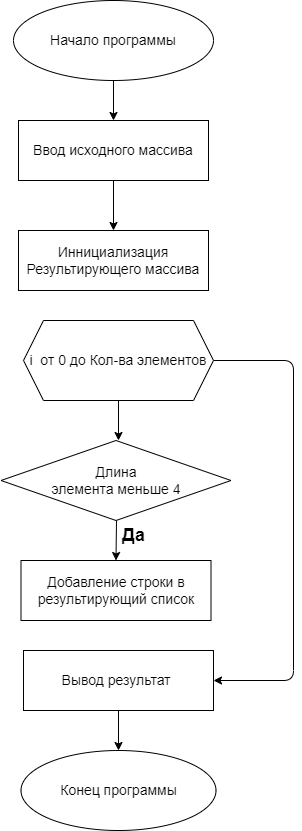
Earlier version of the draw.io export Block-Diagram.drawio.png (Recordee/Last_work). Source tidied: cells renumbered, new cells last; positions are measured from the earlier drawing's top-left corner, leaving out a move shared by most shapes. Its diagram source:
```xml
<mxGraphModel>
  <root>
    <mxCell id="0" />
    <mxCell id="1" parent="0" />
    <mxCell id="2" style="edgeStyle=none;html=1;exitX=0.5;exitY=1;exitDx=0;exitDy=0;entryX=0.5;entryY=0;entryDx=0;entryDy=0;fontSize=14;" parent="1" edge="1" target="4">
      <mxGeometry relative="1" as="geometry">
        <mxPoint x="112" y="80" as="sourcePoint" />
      </mxGeometry>
    </mxCell>
    <mxCell id="3" style="edgeStyle=none;html=1;exitX=0.5;exitY=1;exitDx=0;exitDy=0;entryX=0.5;entryY=0;entryDx=0;entryDy=0;fontSize=14;" parent="1" edge="1" source="4" target="5">
      <mxGeometry relative="1" as="geometry" />
    </mxCell>
    <mxCell id="4" value="Ввод исходного массива" style="whiteSpace=wrap;html=1;fontSize=14;" parent="1" vertex="1">
      <mxGeometry x="17" y="120" width="190" height="60" as="geometry" />
    </mxCell>
    <mxCell id="5" value="Иннициализация Результирующего массива" style="whiteSpace=wrap;html=1;fontSize=14;" parent="1" vertex="1">
      <mxGeometry x="17" y="230" width="190" height="60" as="geometry" />
    </mxCell>
    <mxCell id="6" style="edgeStyle=none;html=1;entryX=0.5;entryY=0;entryDx=0;entryDy=0;fontSize=14;" parent="1" edge="1" target="9">
      <mxGeometry relative="1" as="geometry">
        <mxPoint x="115" y="520" as="sourcePoint" />
      </mxGeometry>
    </mxCell>
    <mxCell id="7" style="edgeStyle=none;html=1;exitX=0.5;exitY=1;exitDx=0;exitDy=0;entryX=0.5;entryY=0;entryDx=0;entryDy=0;fontSize=14;" parent="1" edge="1" source="8" target="10">
      <mxGeometry relative="1" as="geometry" />
    </mxCell>
    <mxCell id="8" value="Вывод результат&amp;nbsp;" style="whiteSpace=wrap;html=1;fontSize=14;" parent="1" vertex="1">
      <mxGeometry x="22" y="650" width="190" height="60" as="geometry" />
    </mxCell>
    <mxCell id="9" value="Добавление строки в результирующий список" style="whiteSpace=wrap;html=1;fontSize=14;" parent="1" vertex="1">
      <mxGeometry x="19.5" y="560" width="190" height="60" as="geometry" />
    </mxCell>
    <mxCell id="10" value="Конец программы&lt;br&gt;" style="ellipse;whiteSpace=wrap;html=1;fontSize=14;" parent="1" vertex="1">
      <mxGeometry x="19.5" y="750" width="195" height="80" as="geometry" />
    </mxCell>
    <mxCell id="11" style="edgeStyle=none;html=1;exitX=0.5;exitY=1;exitDx=0;exitDy=0;entryX=0.5;entryY=0;entryDx=0;entryDy=0;fontSize=14;" parent="1" edge="1" source="13">
      <mxGeometry relative="1" as="geometry">
        <mxPoint x="117" y="440" as="targetPoint" />
      </mxGeometry>
    </mxCell>
    <mxCell id="12" style="edgeStyle=none;html=1;exitX=1;exitY=0.5;exitDx=0;exitDy=0;entryX=1;entryY=0.5;entryDx=0;entryDy=0;fontSize=14;" parent="1" edge="1" source="13" target="8">
      <mxGeometry relative="1" as="geometry">
        <Array as="points">
          <mxPoint x="292" y="360" />
          <mxPoint x="292" y="680" />
        </Array>
      </mxGeometry>
    </mxCell>
    <mxCell id="13" value="i&amp;nbsp; от 0 до Кол-ва элементов" style="shape=hexagon;perimeter=hexagonPerimeter2;whiteSpace=wrap;html=1;fixedSize=1;fontSize=14;" parent="1" vertex="1">
      <mxGeometry x="22" y="320" width="190" height="80" as="geometry" />
    </mxCell>
    <mxCell id="14" value="Длина &lt;br&gt;элемента меньше 4" style="rhombus;whiteSpace=wrap;html=1;fontSize=14;" parent="1" vertex="1">
      <mxGeometry x="-0.5" y="440" width="230" height="80" as="geometry" />
    </mxCell>
    <mxCell id="15" value="&lt;b style=&quot;&quot;&gt;&lt;font style=&quot;font-size: 18px;&quot;&gt;Да&lt;/font&gt;&lt;/b&gt;" style="text;html=1;align=center;verticalAlign=middle;strokeColor=none;fillColor=none;fontSize=14;" parent="1" vertex="1">
      <mxGeometry x="107" y="515" width="50" height="40" as="geometry" />
    </mxCell>
    <mxCell id="16" value="&lt;font style=&quot;font-size: 14px;&quot;&gt;Начало программы&lt;/font&gt;" style="ellipse;whiteSpace=wrap;html=1;" parent="1" vertex="1">
      <mxGeometry x="12" width="200" height="80" as="geometry" />
    </mxCell>
  </root>
</mxGraphModel>
```
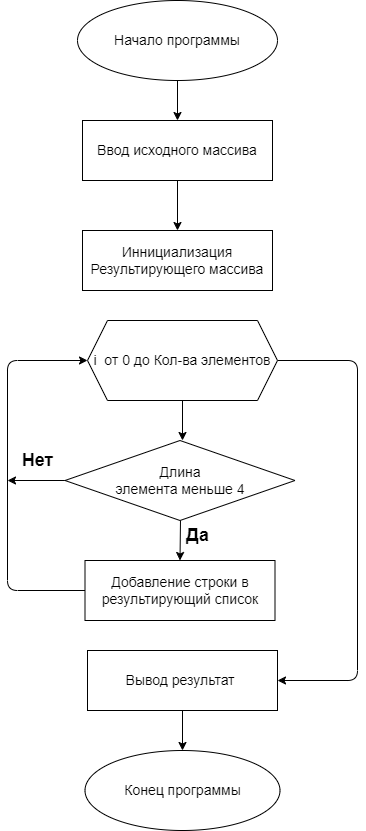
Later version of the same file.

Commit message:
Добавили возможность просмотра блок схемы на гите

What changed in the source:
```diff
@@ -27,6 +27,14 @@
     <mxCell id="8" value="Вывод результат&amp;nbsp;" style="whiteSpace=wrap;html=1;fontSize=14;" parent="1" vertex="1">
       <mxGeometry x="22" y="650" width="190" height="60" as="geometry" />
     </mxCell>
+    <mxCell id="17" style="edgeStyle=none;html=1;exitX=0;exitY=0.5;exitDx=0;exitDy=0;fontSize=14;entryX=0;entryY=0.5;entryDx=0;entryDy=0;" parent="1" edge="1" source="9" target="13">
+      <mxGeometry relative="1" as="geometry">
+        <Array as="points">
+          <mxPoint x="-58" y="590" />
+          <mxPoint x="-58" y="360" />
+        </Array>
+      </mxGeometry>
+    </mxCell>
     <mxCell id="9" value="Добавление строки в результирующий список" style="whiteSpace=wrap;html=1;fontSize=14;" parent="1" vertex="1">
       <mxGeometry x="19.5" y="560" width="190" height="60" as="geometry" />
     </mxCell>
@@ -49,6 +57,11 @@
     <mxCell id="13" value="i&amp;nbsp; от 0 до Кол-ва элементов" style="shape=hexagon;perimeter=hexagonPerimeter2;whiteSpace=wrap;html=1;fixedSize=1;fontSize=14;" parent="1" vertex="1">
       <mxGeometry x="22" y="320" width="190" height="80" as="geometry" />
     </mxCell>
+    <mxCell id="18" style="edgeStyle=none;html=1;exitX=0;exitY=0.5;exitDx=0;exitDy=0;fontSize=14;" parent="1" edge="1" source="14">
+      <mxGeometry relative="1" as="geometry">
+        <mxPoint x="-58" y="480" as="targetPoint" />
+      </mxGeometry>
+    </mxCell>
     <mxCell id="14" value="Длина &lt;br&gt;элемента меньше 4" style="rhombus;whiteSpace=wrap;html=1;fontSize=14;" parent="1" vertex="1">
       <mxGeometry x="-0.5" y="440" width="230" height="80" as="geometry" />
     </mxCell>
@@ -58,5 +71,8 @@
     <mxCell id="16" value="&lt;font style=&quot;font-size: 14px;&quot;&gt;Начало программы&lt;/font&gt;" style="ellipse;whiteSpace=wrap;html=1;" parent="1" vertex="1">
       <mxGeometry x="12" width="200" height="80" as="geometry" />
     </mxCell>
+    <mxCell id="19" value="&lt;b&gt;&lt;font style=&quot;font-size: 18px;&quot;&gt;Нет&lt;/font&gt;&lt;/b&gt;" style="text;html=1;align=center;verticalAlign=middle;strokeColor=none;fillColor=none;fontSize=14;" parent="1" vertex="1">
+      <mxGeometry x="-58" y="440" width="60" height="40" as="geometry" />
+    </mxCell>
   </root>
 </mxGraphModel>
```
